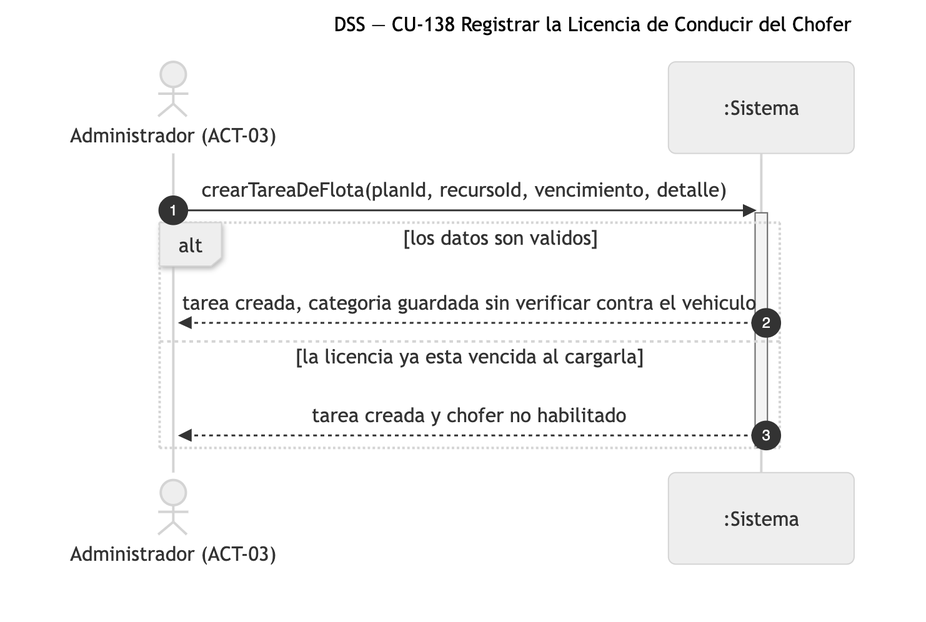
Earlier version of the Mermaid export diagramas/png/DSS_CU-138_Registrar-la-Licencia-de-Conducir-del-Chofer.png (Nahuelito-Dev/splg-docs). Its source is kept beside it as diagramas/DSS_CU-138_Registrar-la-Licencia-de-Conducir-del-Chofer.mmd.
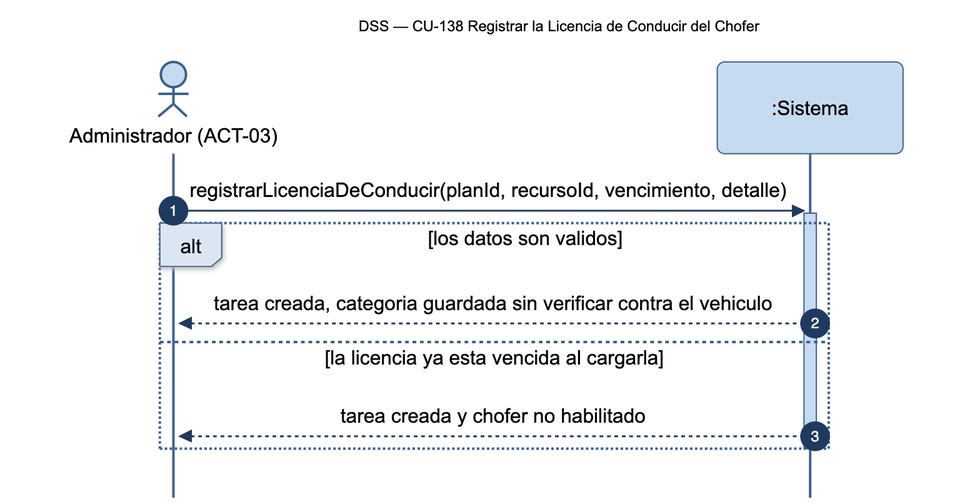
After the commit.

Change to the diagram source:
```diff
@@ -4,7 +4,7 @@
     actor ADM as Administrador (ACT-03)
     participant SIS as :Sistema
 
-    ADM->>SIS: crearTareaDeFlota(planId, recursoId, vencimiento, detalle)
+    ADM->>SIS: registrarLicenciaDeConducir(planId, recursoId, vencimiento, detalle)
     activate SIS
     alt los datos son validos
         SIS-->>ADM: tarea creada, categoria guardada sin verificar contra el vehiculo
```
